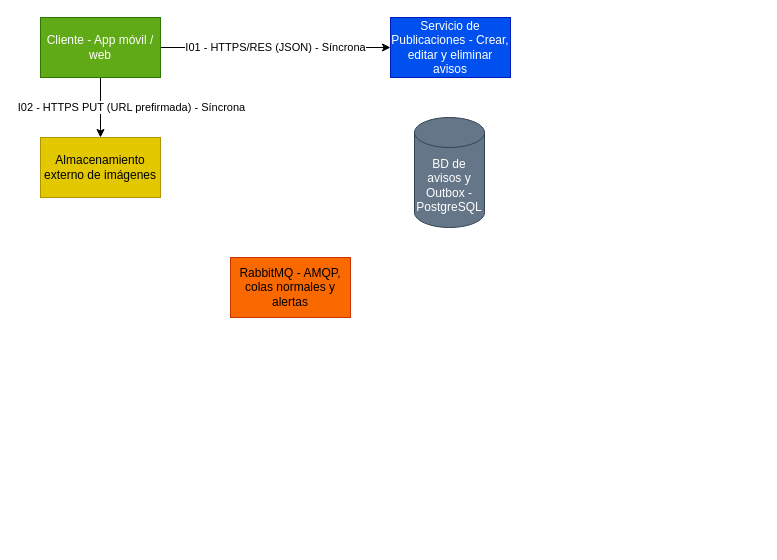
Earlier version of the draw.io diagram Archivo editable y exportado/vecindario.drawio.xml (Yukisan-uwo/GA-TL-02-FORM-Modelado-de-Comunicacion-entre-Procesos-Distribuidos). Source tidied: cells renumbered, new cells numbered last; positions are measured from the earlier drawing's top-left corner, leaving out a move shared by most shapes. Both pictures are drawn from the tidied source at 100%, with x=0, y=0 at pixel (40, 17).
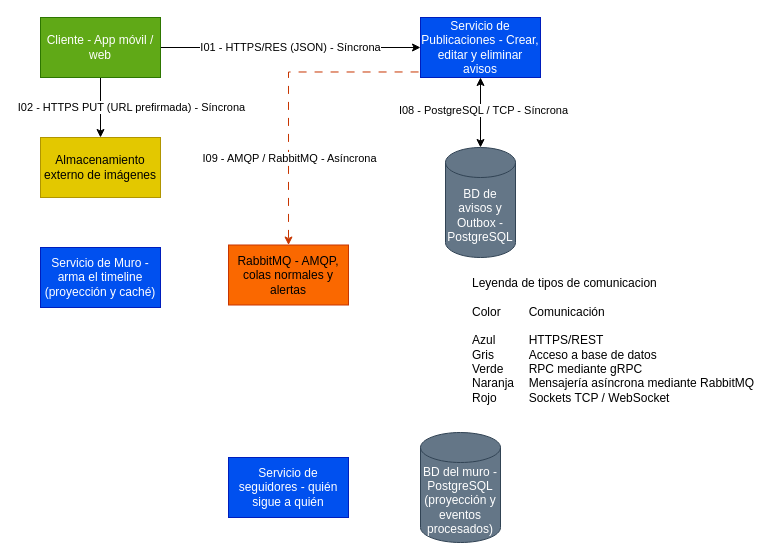
After the change.

The edit, as a diff of the source:
```diff
@@
 <mxGraphModel>
   <root>
     <mxCell id="0" />
     <mxCell id="1" parent="0" />
     <mxCell id="2" value="I01 - HTTPS/RES (JSON) - Síncrona" style="edgeStyle=orthogonalEdgeStyle;rounded=0;jettySize=auto;html=1;entryX=0;entryY=0.5;entryDx=0;entryDy=0;defaultLabelBackgroundColor=page;strokeColor=light-dark(#000000,#66B2FF);" parent="1" edge="1" source="5" target="6">
       <mxGeometry relative="1" as="geometry" />
     </mxCell>
     <mxCell id="3" style="edgeStyle=orthogonalEdgeStyle;rounded=0;jettySize=auto;html=1;entryX=0.5;entryY=0;entryDx=0;entryDy=0;defaultLabelBackgroundColor=page;strokeColor=light-dark(#000000,#66B2FF);" parent="1" edge="1" source="5" target="7">
       <mxGeometry relative="1" as="geometry" />
     </mxCell>
     <mxCell id="4" value="I02 - HTTPS PUT (URL prefirmada) - Síncrona" style="edgeLabel;html=1;align=center;verticalAlign=middle;inheritText=1;defaultLabelBackgroundColor=page;" parent="3" vertex="1">
       <mxGeometry x="-0.05" y="-1" relative="1" as="geometry">
         <mxPoint x="31" as="offset" />
       </mxGeometry>
     </mxCell>
     <mxCell id="5" value="Cliente - App móvil / web" style="rounded=0;whiteSpace=wrap;html=1;fillColor=#60a917;fontColor=#ffffff;strokeColor=#2D7600;" parent="1" vertex="1">
       <mxGeometry width="120" height="60" as="geometry" />
     </mxCell>
+    <mxCell id="10" style="edgeStyle=orthogonalEdgeStyle;rounded=0;jettySize=auto;html=1;entryX=0.5;entryY=0;entryDx=0;entryDy=0;defaultLabelBackgroundColor=page;exitX=-0.016;exitY=0.908;exitDx=0;exitDy=0;exitPerimeter=0;fillColor=#fa6800;strokeColor=#C73500;flowAnimation=0;dashed=1;dashPattern=8 8;" parent="1" edge="1" source="6" target="9">
+      <mxGeometry x="-0.09" relative="1" as="geometry" />
+    </mxCell>
+    <mxCell id="11" value="I09 - AMQP / RabbitMQ - Asíncrona" style="edgeLabel;html=1;align=center;verticalAlign=middle;inheritText=1;defaultLabelBackgroundColor=page;" parent="10" vertex="1">
+      <mxGeometry x="0.66" relative="1" as="geometry">
+        <mxPoint y="-36" as="offset" />
+      </mxGeometry>
+    </mxCell>
     <mxCell id="6" value="Servicio de Publicaciones - Crear, editar y eliminar avisos" style="rounded=0;whiteSpace=wrap;html=1;fillColor=#0050ef;fontColor=#ffffff;strokeColor=#001DBC;" parent="1" vertex="1">
-      <mxGeometry x="350" width="120" height="60" as="geometry" />
+      <mxGeometry x="380" width="120" height="60" as="geometry" />
     </mxCell>
     <mxCell id="7" value="Almacenamiento externo de imágenes" style="rounded=0;whiteSpace=wrap;html=1;fillColor=light-dark(#E3C800,#FFC600);strokeColor=#B09500;fontColor=light-dark(#000000,#000000);" parent="1" vertex="1">
       <mxGeometry y="120" width="120" height="60" as="geometry" />
     </mxCell>
     <mxCell id="8" value="BD de avisos y Outbox - PostgreSQL" style="shape=cylinder3;whiteSpace=wrap;html=1;boundedLbl=1;backgroundOutline=1;size=15;fillColor=#647687;fontColor=#ffffff;strokeColor=#314354;" parent="1" vertex="1">
-      <mxGeometry x="374" y="100" width="70" height="110" as="geometry" />
+      <mxGeometry x="405" y="130" width="70" height="110" as="geometry" />
     </mxCell>
     <mxCell id="9" value="RabbitMQ - AMQP, colas normales y alertas" style="rounded=0;whiteSpace=wrap;html=1;fillColor=#fa6800;fontColor=light-dark(#000000,#000000);strokeColor=#C73500;" parent="1" vertex="1">
-      <mxGeometry x="190" y="240" width="120" height="60" as="geometry" />
+      <mxGeometry x="188" y="227.5" width="120" height="60" as="geometry" />
     </mxCell>
+    <mxCell id="12" style="edgeStyle=orthogonalEdgeStyle;rounded=0;jettySize=auto;html=1;entryX=0.5;entryY=0;entryDx=0;entryDy=0;entryPerimeter=0;defaultLabelBackgroundColor=page;strokeColor=light-dark(#000000,#808080);startArrow=classic;startFill=1;" parent="1" edge="1" source="6" target="8">
+      <mxGeometry relative="1" as="geometry" />
+    </mxCell>
+    <mxCell id="13" value="I08 - PostgreSQL / TCP - Síncrona" style="edgeLabel;html=1;align=center;verticalAlign=middle;inheritText=1;defaultLabelBackgroundColor=page;" parent="12" vertex="1">
+      <mxGeometry x="-0.08" y="2" relative="1" as="geometry" />
+    </mxCell>
+    <mxCell id="14" value="&lt;div&gt;Leyenda de tipos de comunicacion&lt;/div&gt;&lt;div&gt;&lt;br&gt;&lt;/div&gt;&lt;div&gt;Color&lt;span style=&quot;white-space:pre&quot;&gt;&#9;&lt;/span&gt;&amp;nbsp;Comunicación&lt;/div&gt;&lt;div&gt;&lt;br&gt;&lt;/div&gt;&lt;div&gt;Azul&lt;span style=&quot;white-space:pre&quot;&gt;&#9;&lt;/span&gt;&amp;nbsp; &amp;nbsp; &amp;nbsp; &amp;nbsp; &amp;nbsp;HTTPS/REST&lt;/div&gt;&lt;div&gt;Gris&lt;span style=&quot;white-space:pre&quot;&gt;&#9;&lt;/span&gt;&amp;nbsp; &amp;nbsp; &amp;nbsp; &amp;nbsp; &amp;nbsp;Acceso a base de datos&lt;/div&gt;&lt;div&gt;Verde&lt;span style=&quot;white-space:pre&quot;&gt;&#9;&lt;/span&gt;&amp;nbsp;RPC mediante gRPC&lt;/div&gt;&lt;div&gt;Naranja&lt;span style=&quot;white-space:pre&quot;&gt;&#9;&lt;/span&gt;&amp;nbsp;Mensajería asíncrona mediante RabbitMQ&lt;/div&gt;&lt;div&gt;Rojo&lt;span style=&quot;white-space:pre&quot;&gt;&#9;&lt;/span&gt;&amp;nbsp; &amp;nbsp; &amp;nbsp; &amp;nbsp; &amp;nbsp;Sockets TCP / WebSocket&lt;/div&gt;" style="text;html=1;whiteSpace=wrap;strokeColor=none;fillColor=none;align=left;verticalAlign=middle;rounded=0;" parent="1" vertex="1">
+      <mxGeometry x="430" y="250" width="290" height="145" as="geometry" />
+    </mxCell>
+    <mxCell id="15" value="Servicio de Muro - arma el timeline (proyección y caché)" style="rounded=0;whiteSpace=wrap;html=1;fillColor=#0050ef;fontColor=#ffffff;strokeColor=#001DBC;" parent="1" vertex="1">
+      <mxGeometry y="230" width="120" height="60" as="geometry" />
+    </mxCell>
+    <mxCell id="16" value="Servicio de seguidores - quién sigue a quién" style="rounded=0;whiteSpace=wrap;html=1;fillColor=#0050ef;fontColor=#ffffff;strokeColor=#001DBC;" parent="1" vertex="1">
+      <mxGeometry x="188" y="440" width="120" height="60" as="geometry" />
+    </mxCell>
+    <mxCell id="17" value="BD del muro - PostgreSQL (proyección y eventos procesados)" style="shape=cylinder3;whiteSpace=wrap;html=1;boundedLbl=1;backgroundOutline=1;size=15;fillColor=#647687;fontColor=#ffffff;strokeColor=#314354;" parent="1" vertex="1">
+      <mxGeometry x="380" y="415" width="80" height="110" as="geometry" />
+    </mxCell>
   </root>
 </mxGraphModel>
```
